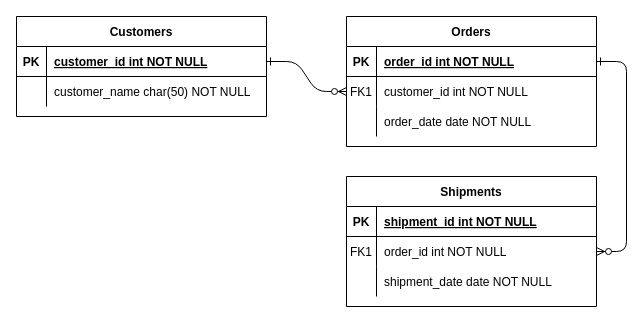
The draw.io diagram Untitled Diagram.drawio in joefioresi718/COP4331-Group-12, before the edit. Source tidied: cells renumbered, new cells numbered last; positions are measured from the earlier drawing's top-left corner, leaving out a move shared by most shapes. Both pictures are drawn from the tidied source at 100%, with x=0, y=0 at pixel (16, 16).
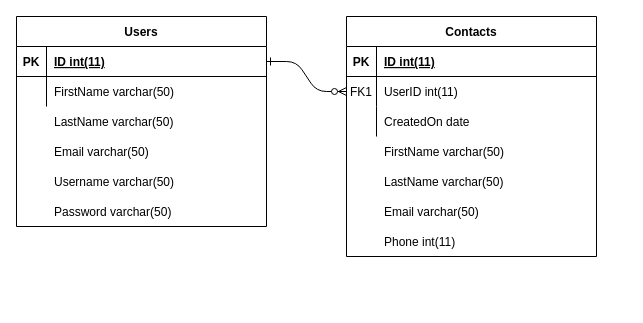
Above is the later version.

Unchanged cells that the change refers to:
```xml
<mxCell id="5" style="shape=partialRectangle;fillColor=none;points=[[0,0.5],[1,0.5]];portConstraint=eastwest;top=0;left=0;right=0;bottom=1;" parent="4" vertex="1">
  <mxGeometry y="30" width="250" height="30" as="geometry" />
</mxCell>
<mxCell id="8" style="shape=partialRectangle;fillColor=none;points=[[0,0.5],[1,0.5]];portConstraint=eastwest;top=0;left=0;right=0;bottom=0;" parent="4" vertex="1">
  <mxGeometry y="60" width="250" height="30" as="geometry" />
</mxCell>
<mxCell id="11" style="shape=partialRectangle;fillColor=none;top=0;left=0;right=0;bottom=0;" parent="4" vertex="1">
  <mxGeometry y="90" width="250" height="30" as="geometry" />
</mxCell>
<mxCell id="25" style="shape=partialRectangle;fillColor=none;points=[[0,0.5],[1,0.5]];portConstraint=eastwest;top=0;left=0;right=0;bottom=1;" parent="24" vertex="1">
  <mxGeometry y="30" width="250" height="30" as="geometry" />
</mxCell>
<mxCell id="28" style="shape=partialRectangle;fillColor=none;top=0;left=0;right=0;bottom=0;" parent="24" vertex="1">
  <mxGeometry y="60" width="250" height="30" as="geometry" />
</mxCell>
```

What changed in the source:
```diff
@@
-    <mxCell id="3" style="edgeStyle=entityRelationEdgeStyle;endArrow=ERzeroToMany;startArrow=ERone;endFill=1;startFill=0;" parent="1" edge="1" source="5" target="18">
-      <mxGeometry relative="1" as="geometry" />
-    </mxCell>
-    <mxCell id="4" value="Orders" style="shape=table;startSize=30;childLayout=tableLayout;rowLines=0;fontStyle=1;align=center;" parent="1" vertex="1">
-      <mxGeometry x="330" width="250" height="130" as="geometry" />
+    <mxCell id="4" value="Contacts" style="shape=table;startSize=30;childLayout=tableLayout;rowLines=0;fontStyle=1;align=center;" parent="1" vertex="1">
+      <mxGeometry x="330" width="250" height="240" as="geometry" />
     </mxCell>
@@
-    <mxCell id="7" value="order_id int NOT NULL " style="shape=partialRectangle;overflow=hidden;fillColor=none;top=0;left=0;bottom=0;right=0;align=left;spacingLeft=6;fontStyle=5;" parent="5" vertex="1">
+    <mxCell id="7" value="ID int(11) " style="shape=partialRectangle;overflow=hidden;fillColor=none;top=0;left=0;bottom=0;right=0;align=left;spacingLeft=6;fontStyle=5;" parent="5" vertex="1">
       <mxGeometry x="30" width="220" height="30" as="geometry" />
     </mxCell>
@@
-    <mxCell id="10" value="customer_id int NOT NULL" style="shape=partialRectangle;overflow=hidden;fillColor=none;top=0;left=0;bottom=0;right=0;align=left;spacingLeft=6;" parent="8" vertex="1">
+    <mxCell id="10" value="UserID int(11) " style="shape=partialRectangle;overflow=hidden;fillColor=none;top=0;left=0;bottom=0;right=0;align=left;spacingLeft=6;" parent="8" vertex="1">
       <mxGeometry x="30" width="220" height="30" as="geometry" />
     </mxCell>
@@
-    <mxCell id="13" value="order_date date NOT NULL" style="shape=partialRectangle;overflow=hidden;fillColor=none;top=0;left=0;bottom=0;right=0;align=left;spacingLeft=6;" parent="11" vertex="1">
+    <mxCell id="13" value="CreatedOn date " style="shape=partialRectangle;overflow=hidden;fillColor=none;top=0;left=0;bottom=0;right=0;align=left;spacingLeft=6;" parent="11" vertex="1">
       <mxGeometry x="30" width="220" height="30" as="geometry" />
     </mxCell>
-    <mxCell id="14" value="Shipments" style="shape=table;startSize=30;childLayout=tableLayout;rowLines=0;fontStyle=1;align=center;" parent="1" vertex="1">
-      <mxGeometry x="330" y="160" width="250" height="130" as="geometry" />
-    </mxCell>
-    <mxCell id="15" style="shape=partialRectangle;fillColor=none;top=0;left=0;right=0;bottom=1;" parent="14" vertex="1">
-      <mxGeometry y="30" width="250" height="30" as="geometry" />
-    </mxCell>
-    <mxCell id="16" value="PK" style="shape=partialRectangle;overflow=hidden;fillColor=none;top=0;left=0;bottom=0;right=0;fontStyle=1;" parent="15" vertex="1">
-      <mxGeometry width="30" height="30" as="geometry" />
-    </mxCell>
-    <mxCell id="17" value="shipment_id int NOT NULL " style="shape=partialRectangle;overflow=hidden;fillColor=none;top=0;left=0;bottom=0;right=0;align=left;spacingLeft=6;fontStyle=5;" parent="15" vertex="1">
-      <mxGeometry x="30" width="220" height="30" as="geometry" />
-    </mxCell>
-    <mxCell id="18" style="shape=partialRectangle;fillColor=none;points=[[0,0.5],[1,0.5]];portConstraint=eastwest;top=0;left=0;right=0;bottom=0;" parent="14" vertex="1">
-      <mxGeometry y="60" width="250" height="30" as="geometry" />
-    </mxCell>
-    <mxCell id="19" value="FK1" style="shape=partialRectangle;overflow=hidden;fillColor=none;top=0;left=0;bottom=0;right=0;" parent="18" vertex="1">
-      <mxGeometry width="30" height="30" as="geometry" />
-    </mxCell>
-    <mxCell id="20" value="order_id int NOT NULL" style="shape=partialRectangle;overflow=hidden;fillColor=none;top=0;left=0;bottom=0;right=0;align=left;spacingLeft=6;" parent="18" vertex="1">
-      <mxGeometry x="30" width="220" height="30" as="geometry" />
-    </mxCell>
-    <mxCell id="21" style="shape=partialRectangle;fillColor=none;top=0;left=0;right=0;bottom=0;" parent="14" vertex="1">
-      <mxGeometry y="90" width="250" height="30" as="geometry" />
-    </mxCell>
-    <mxCell id="22" style="shape=partialRectangle;overflow=hidden;fillColor=none;top=0;left=0;bottom=0;right=0;" parent="21" vertex="1">
-      <mxGeometry width="30" height="30" as="geometry" />
-    </mxCell>
-    <mxCell id="23" value="shipment_date date NOT NULL" style="shape=partialRectangle;overflow=hidden;fillColor=none;top=0;left=0;bottom=0;right=0;align=left;spacingLeft=6;" parent="21" vertex="1">
-      <mxGeometry x="30" width="220" height="30" as="geometry" />
-    </mxCell>
-    <mxCell id="24" value="Customers" style="shape=table;startSize=30;childLayout=tableLayout;rowLines=0;fontStyle=1;align=center;" parent="1" vertex="1">
-      <mxGeometry width="250" height="100" as="geometry" />
+    <mxCell id="24" value="Users" style="shape=table;startSize=30;childLayout=tableLayout;rowLines=0;fontStyle=1;align=center;" parent="1" vertex="1">
+      <mxGeometry width="250" height="210" as="geometry" />
     </mxCell>
@@
-    <mxCell id="27" value="customer_id int NOT NULL " style="shape=partialRectangle;overflow=hidden;fillColor=none;top=0;left=0;bottom=0;right=0;align=left;spacingLeft=6;fontStyle=5;" parent="25" vertex="1">
+    <mxCell id="27" value="ID int(11)" style="shape=partialRectangle;overflow=hidden;fillColor=none;top=0;left=0;bottom=0;right=0;align=left;spacingLeft=6;fontStyle=5;" parent="25" vertex="1">
       <mxGeometry x="30" width="220" height="30" as="geometry" />
     </mxCell>
@@
-    <mxCell id="30" value="customer_name char(50) NOT NULL" style="shape=partialRectangle;overflow=hidden;fillColor=none;top=0;left=0;bottom=0;right=0;align=left;spacingLeft=6;" parent="28" vertex="1">
+    <mxCell id="30" value="FirstName varchar(50) " style="shape=partialRectangle;overflow=hidden;fillColor=none;top=0;left=0;bottom=0;right=0;align=left;spacingLeft=6;" parent="28" vertex="1">
       <mxGeometry x="30" width="220" height="30" as="geometry" />
     </mxCell>
+    <mxCell id="31" style="shape=partialRectangle;fillColor=none;top=0;left=0;right=0;bottom=0;" parent="1" vertex="1">
+      <mxGeometry y="90" width="250" height="30" as="geometry" />
+    </mxCell>
+    <mxCell id="32" style="shape=partialRectangle;overflow=hidden;fillColor=none;top=0;left=0;bottom=0;right=0;" parent="31" vertex="1">
+      <mxGeometry width="30" height="30" as="geometry" />
+    </mxCell>
+    <mxCell id="33" value="LastName varchar(50)" style="shape=partialRectangle;overflow=hidden;fillColor=none;top=0;left=0;bottom=0;right=0;align=left;spacingLeft=6;" parent="31" vertex="1">
+      <mxGeometry x="30" width="220" height="30" as="geometry" />
+    </mxCell>
+    <mxCell id="34" style="shape=partialRectangle;fillColor=none;top=0;left=0;right=0;bottom=0;" parent="1" vertex="1">
+      <mxGeometry y="120" width="250" height="30" as="geometry" />
+    </mxCell>
+    <mxCell id="35" style="shape=partialRectangle;overflow=hidden;fillColor=none;top=0;left=0;bottom=0;right=0;" parent="34" vertex="1">
+      <mxGeometry width="30" height="30" as="geometry" />
+    </mxCell>
+    <mxCell id="36" value="Email varchar(50)" style="shape=partialRectangle;overflow=hidden;fillColor=none;top=0;left=0;bottom=0;right=0;align=left;spacingLeft=6;" parent="34" vertex="1">
+      <mxGeometry x="30" width="220" height="30" as="geometry" />
+    </mxCell>
+    <mxCell id="37" style="shape=partialRectangle;fillColor=none;top=0;left=0;right=0;bottom=0;" parent="1" vertex="1">
+      <mxGeometry y="150" width="250" height="30" as="geometry" />
+    </mxCell>
+    <mxCell id="38" style="shape=partialRectangle;overflow=hidden;fillColor=none;top=0;left=0;bottom=0;right=0;" parent="37" vertex="1">
+      <mxGeometry width="30" height="30" as="geometry" />
+    </mxCell>
+    <mxCell id="39" value="Username varchar(50) " style="shape=partialRectangle;overflow=hidden;fillColor=none;top=0;left=0;bottom=0;right=0;align=left;spacingLeft=6;" parent="37" vertex="1">
+      <mxGeometry x="30" width="220" height="30" as="geometry" />
+    </mxCell>
+    <mxCell id="40" style="shape=partialRectangle;fillColor=none;top=0;left=0;right=0;bottom=0;" parent="1" vertex="1">
+      <mxGeometry y="180" width="250" height="30" as="geometry" />
+    </mxCell>
+    <mxCell id="41" style="shape=partialRectangle;overflow=hidden;fillColor=none;top=0;left=0;bottom=0;right=0;" parent="40" vertex="1">
+      <mxGeometry width="30" height="30" as="geometry" />
+    </mxCell>
+    <mxCell id="42" value="Password varchar(50) " style="shape=partialRectangle;overflow=hidden;fillColor=none;top=0;left=0;bottom=0;right=0;align=left;spacingLeft=6;" parent="40" vertex="1">
+      <mxGeometry x="30" width="220" height="30" as="geometry" />
+    </mxCell>
+    <mxCell id="43" style="shape=partialRectangle;fillColor=none;top=0;left=0;right=0;bottom=0;" parent="1" vertex="1">
+      <mxGeometry x="330" y="120" width="250" height="30" as="geometry" />
+    </mxCell>
+    <mxCell id="44" style="shape=partialRectangle;overflow=hidden;fillColor=none;top=0;left=0;bottom=0;right=0;" parent="43" vertex="1">
+      <mxGeometry width="30" height="30" as="geometry" />
+    </mxCell>
+    <mxCell id="45" value="FirstName varchar(50) " style="shape=partialRectangle;overflow=hidden;fillColor=none;top=0;left=0;bottom=0;right=0;align=left;spacingLeft=6;" parent="43" vertex="1">
+      <mxGeometry x="30" width="220" height="30" as="geometry" />
+    </mxCell>
+    <mxCell id="46" style="shape=partialRectangle;fillColor=none;top=0;left=0;right=0;bottom=0;" parent="1" vertex="1">
+      <mxGeometry x="330" y="150" width="250" height="30" as="geometry" />
+    </mxCell>
+    <mxCell id="47" style="shape=partialRectangle;overflow=hidden;fillColor=none;top=0;left=0;bottom=0;right=0;" parent="46" vertex="1">
+      <mxGeometry width="30" height="30" as="geometry" />
+    </mxCell>
+    <mxCell id="48" value="LastName varchar(50) " style="shape=partialRectangle;overflow=hidden;fillColor=none;top=0;left=0;bottom=0;right=0;align=left;spacingLeft=6;" parent="46" vertex="1">
+      <mxGeometry x="30" width="220" height="30" as="geometry" />
+    </mxCell>
+    <mxCell id="49" style="shape=partialRectangle;fillColor=none;top=0;left=0;right=0;bottom=0;" parent="1" vertex="1">
+      <mxGeometry x="330" y="180" width="250" height="30" as="geometry" />
+    </mxCell>
+    <mxCell id="50" style="shape=partialRectangle;overflow=hidden;fillColor=none;top=0;left=0;bottom=0;right=0;" parent="49" vertex="1">
+      <mxGeometry width="30" height="30" as="geometry" />
+    </mxCell>
+    <mxCell id="51" value="Email varchar(50) " style="shape=partialRectangle;overflow=hidden;fillColor=none;top=0;left=0;bottom=0;right=0;align=left;spacingLeft=6;" parent="49" vertex="1">
+      <mxGeometry x="30" width="220" height="30" as="geometry" />
+    </mxCell>
+    <mxCell id="52" value="Phone int(11) " style="shape=partialRectangle;overflow=hidden;fillColor=none;top=0;left=0;bottom=0;right=0;align=left;spacingLeft=6;" parent="1" vertex="1">
+      <mxGeometry x="360" y="210" width="220" height="30" as="geometry" />
+    </mxCell>
```
